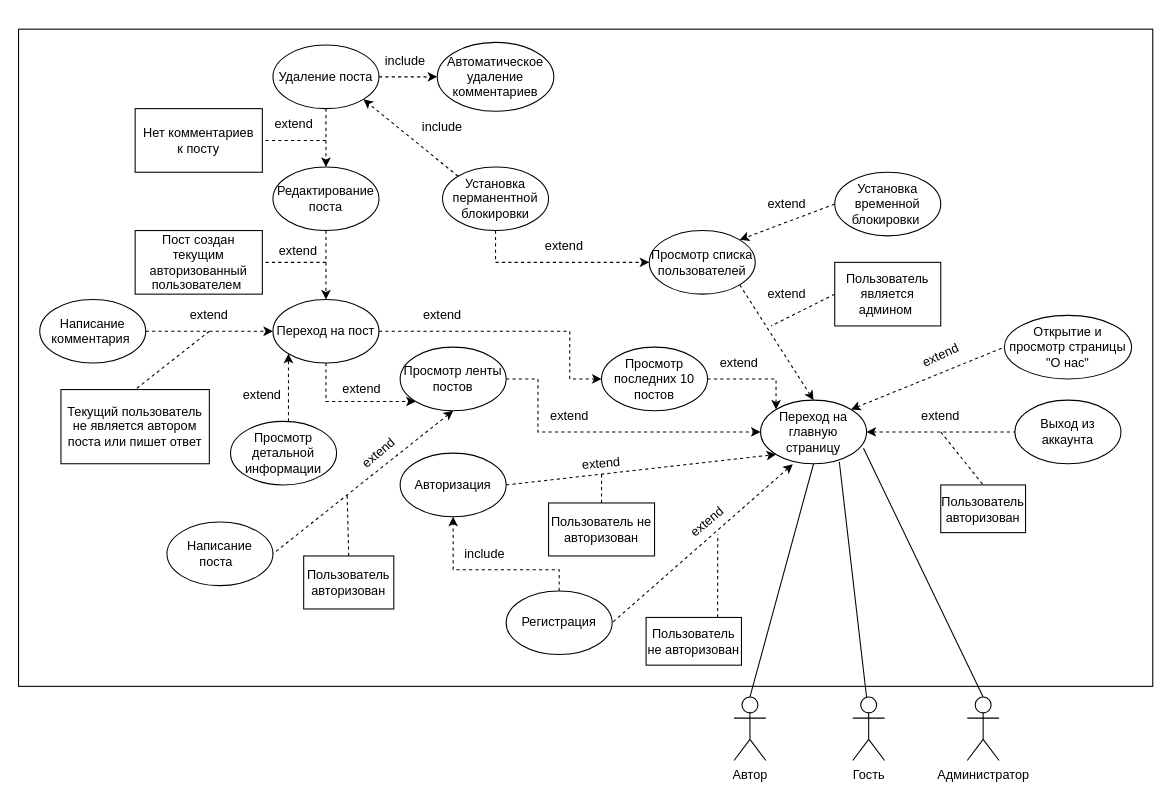
This is usecase.drawio from ivan-lesh/StudyPractise, a draw.io file, before an edit. Source tidied: cells renumbered, new cells numbered last; positions are measured from the earlier drawing's top-left corner, leaving out a move shared by most shapes. Both pictures are drawn from the tidied source at 106%, with x=0, y=0 at pixel (18, 29).
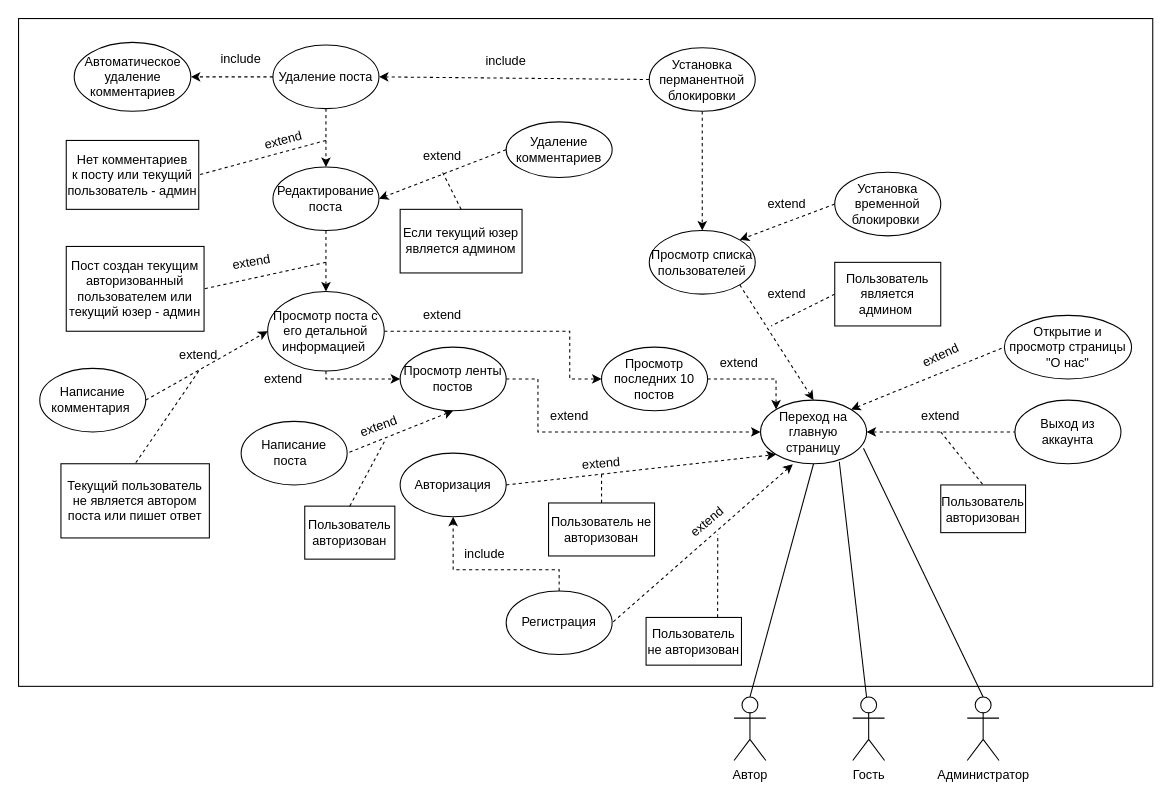
The same page after the edit.

The change refers to these unchanged cells:
```xml
<mxCell id="9" value="Просмотр ленты постов" style="ellipse;whiteSpace=wrap;html=1;" parent="1" vertex="1">
  <mxGeometry x="360" y="300" width="100" height="60" as="geometry" />
</mxCell>
<mxCell id="28" value="Редактирование поста" style="ellipse;whiteSpace=wrap;html=1;" parent="1" vertex="1">
  <mxGeometry x="240" y="130" width="100" height="60" as="geometry" />
</mxCell>
<mxCell id="36" value="Удаление поста" style="ellipse;whiteSpace=wrap;html=1;" parent="1" vertex="1">
  <mxGeometry x="240" y="15" width="100" height="60" as="geometry" />
</mxCell>
<mxCell id="66" value="Просмотр списка пользователей" style="ellipse;whiteSpace=wrap;html=1;" parent="1" vertex="1">
  <mxGeometry x="595" y="190" width="100" height="60" as="geometry" />
</mxCell>
```

Change to the diagram source:
```diff
@@
     <mxCell id="2" style="rounded=0;whiteSpace=wrap;html=1;" parent="1" vertex="1">
-      <mxGeometry width="1070" height="620" as="geometry" />
+      <mxGeometry y="-10" width="1070" height="630" as="geometry" />
     </mxCell>
@@
-    <mxCell id="10" style="edgeStyle=orthogonalEdgeStyle;rounded=0;jettySize=auto;html=1;entryX=0;entryY=1;entryDx=0;entryDy=0;dashed=1;" parent="1" edge="1" source="11" target="14">
-      <mxGeometry relative="1" as="geometry">
-        <Array as="points">
-          <mxPoint x="255" y="370" />
-        </Array>
-      </mxGeometry>
-    </mxCell>
-    <mxCell id="11" value="Просмотр детальной информации" style="ellipse;whiteSpace=wrap;html=1;" parent="1" vertex="1">
-      <mxGeometry x="200" y="370" width="100" height="60" as="geometry" />
-    </mxCell>
@@
-    <mxCell id="13" style="edgeStyle=orthogonalEdgeStyle;rounded=0;jettySize=auto;html=1;entryX=0;entryY=1;entryDx=0;entryDy=0;exitX=0.5;exitY=1;exitDx=0;exitDy=0;dashed=1;" parent="1" edge="1" source="14" target="9">
-      <mxGeometry relative="1" as="geometry" />
+    <mxCell id="13" style="edgeStyle=orthogonalEdgeStyle;rounded=0;jettySize=auto;html=1;entryX=0;entryY=0.5;entryDx=0;entryDy=0;exitX=0.5;exitY=1;exitDx=0;exitDy=0;dashed=1;" parent="1" edge="1" source="14" target="9">
+      <mxGeometry relative="1" as="geometry">
+        <Array as="points">
+          <mxPoint x="290" y="330" />
+        </Array>
+      </mxGeometry>
     </mxCell>
-    <mxCell id="14" value="Переход на пост" style="ellipse;whiteSpace=wrap;html=1;" parent="1" vertex="1">
-      <mxGeometry x="240" y="255" width="100" height="60" as="geometry" />
+    <mxCell id="14" value="Просмотр поста с его детальной информацией&amp;nbsp;" style="ellipse;whiteSpace=wrap;html=1;" parent="1" vertex="1">
+      <mxGeometry x="235" y="247.5" width="110" height="75" as="geometry" />
     </mxCell>
-    <mxCell id="15" value="extend" style="text;html=1;strokeColor=none;fillColor=none;align=center;verticalAlign=middle;whiteSpace=wrap;rounded=0;" parent="1" vertex="1">
-      <mxGeometry x="200" y="330" width="60" height="30" as="geometry" />
-    </mxCell>
     <mxCell id="16" value="Написание поста&amp;nbsp;&amp;nbsp;" style="ellipse;whiteSpace=wrap;html=1;" parent="1" vertex="1">
-      <mxGeometry x="140" y="465" width="100" height="60" as="geometry" />
+      <mxGeometry x="210" y="370" width="100" height="60" as="geometry" />
     </mxCell>
@@
-    <mxCell id="26" value="extend" style="text;html=1;strokeColor=none;fillColor=none;align=center;verticalAlign=middle;whiteSpace=wrap;rounded=0;" parent="1" vertex="1">
-      <mxGeometry x="234" y="195" width="60" height="30" as="geometry" />
+    <mxCell id="26" value="extend" style="text;html=1;strokeColor=none;fillColor=none;align=center;verticalAlign=middle;whiteSpace=wrap;rounded=0;rotation=-10;" parent="1" vertex="1">
+      <mxGeometry x="190" y="205" width="60" height="30" as="geometry" />
     </mxCell>
@@
-    <mxCell id="29" value="Пост создан текущим авторизованный пользователем&amp;nbsp;" style="rounded=0;whiteSpace=wrap;html=1;" parent="1" vertex="1">
-      <mxGeometry x="110" y="190" width="120" height="60" as="geometry" />
+    <mxCell id="29" value="Пост создан текущим авторизованный пользователем или текущий юзер - админ" style="rounded=0;whiteSpace=wrap;html=1;" parent="1" vertex="1">
+      <mxGeometry x="45" y="205" width="130" height="80" as="geometry" />
     </mxCell>
@@
-    <mxCell id="31" value="extend" style="text;html=1;strokeColor=none;fillColor=none;align=center;verticalAlign=middle;whiteSpace=wrap;rounded=0;rotation=-40;" parent="1" vertex="1">
-      <mxGeometry x="310" y="385" width="60" height="30" as="geometry" />
+    <mxCell id="31" value="extend" style="text;html=1;strokeColor=none;fillColor=none;align=center;verticalAlign=middle;whiteSpace=wrap;rounded=0;rotation=-20;" parent="1" vertex="1">
+      <mxGeometry x="310" y="360" width="60" height="30" as="geometry" />
     </mxCell>
     <mxCell id="32" value="Пользователь авторизован" style="rounded=0;whiteSpace=wrap;html=1;" parent="1" vertex="1">
-      <mxGeometry x="269" y="497" width="85" height="50" as="geometry" />
+      <mxGeometry x="270" y="450" width="85" height="50" as="geometry" />
     </mxCell>
-    <mxCell id="33" style="endArrow=none;dashed=1;html=1;rounded=0;exitX=0.5;exitY=0;exitDx=0;exitDy=0;" parent="1" edge="1" source="32">
-      <mxGeometry relative="1" as="geometry">
-        <mxPoint x="310" y="440" as="targetPoint" />
-      </mxGeometry>
+    <mxCell id="33" style="endArrow=none;dashed=1;html=1;rounded=0;exitX=0.5;exitY=0;exitDx=0;exitDy=0;entryX=0.5;entryY=1;entryDx=0;entryDy=0;" parent="1" edge="1" source="32" target="31">
+      <mxGeometry relative="1" as="geometry" />
     </mxCell>
@@
-    <mxCell id="37" value="extend" style="text;html=1;strokeColor=none;fillColor=none;align=center;verticalAlign=middle;whiteSpace=wrap;rounded=0;" parent="1" vertex="1">
-      <mxGeometry x="230" y="75" width="60" height="30" as="geometry" />
+    <mxCell id="37" value="extend" style="text;html=1;strokeColor=none;fillColor=none;align=center;verticalAlign=middle;whiteSpace=wrap;rounded=0;rotation=-15;" parent="1" vertex="1">
+      <mxGeometry x="220" y="90" width="60" height="30" as="geometry" />
     </mxCell>
@@
-    <mxCell id="39" value="Нет комментариев&lt;br&gt;к посту" style="rounded=0;whiteSpace=wrap;html=1;" parent="1" vertex="1">
-      <mxGeometry x="110" y="75" width="120" height="60" as="geometry" />
+    <mxCell id="39" value="Нет комментариев&lt;br&gt;к посту или текущий пользователь - админ" style="rounded=0;whiteSpace=wrap;html=1;" parent="1" vertex="1">
+      <mxGeometry x="45" y="105" width="125" height="65" as="geometry" />
     </mxCell>
     <mxCell id="40" value="Написание комментария&amp;nbsp;" style="ellipse;whiteSpace=wrap;html=1;" parent="1" vertex="1">
-      <mxGeometry x="20" y="255" width="100" height="60" as="geometry" />
+      <mxGeometry x="20" y="320" width="100" height="60" as="geometry" />
     </mxCell>
@@
     <mxCell id="42" value="Текущий пользователь не является автором поста или пишет ответ" style="rounded=0;whiteSpace=wrap;html=1;" parent="1" vertex="1">
-      <mxGeometry x="40" y="340" width="140" height="70" as="geometry" />
+      <mxGeometry x="40" y="410" width="140" height="70" as="geometry" />
     </mxCell>
@@
     <mxCell id="44" value="extend" style="text;html=1;strokeColor=none;fillColor=none;align=center;verticalAlign=middle;whiteSpace=wrap;rounded=0;rotation=0;" parent="1" vertex="1">
-      <mxGeometry x="150" y="255" width="60" height="30" as="geometry" />
+      <mxGeometry x="140" y="292.5" width="60" height="30" as="geometry" />
     </mxCell>
     <mxCell id="45" value="extend" style="text;html=1;strokeColor=none;fillColor=none;align=center;verticalAlign=middle;whiteSpace=wrap;rounded=0;rotation=0;" parent="1" vertex="1">
-      <mxGeometry x="485" y="190" width="60" height="30" as="geometry" />
+      <mxGeometry x="370" y="105" width="60" height="30" as="geometry" />
     </mxCell>
@@
-    <mxCell id="48" style="edgeStyle=orthogonalEdgeStyle;rounded=0;jettySize=auto;html=1;entryX=0;entryY=0.5;entryDx=0;entryDy=0;exitX=0.5;exitY=1;exitDx=0;exitDy=0;dashed=1;" parent="1" edge="1" source="49" target="66">
-      <mxGeometry relative="1" as="geometry">
-        <Array as="points">
-          <mxPoint x="450" y="220" />
-        </Array>
-      </mxGeometry>
+    <mxCell id="48" style="edgeStyle=orthogonalEdgeStyle;rounded=0;jettySize=auto;html=1;entryX=0.5;entryY=0;entryDx=0;entryDy=0;dashed=1;" parent="1" edge="1" source="49" target="66">
+      <mxGeometry relative="1" as="geometry" />
     </mxCell>
     <mxCell id="49" value="Установка перманентной&lt;br&gt;&amp;nbsp;блокировки&amp;nbsp;" style="ellipse;whiteSpace=wrap;html=1;" parent="1" vertex="1">
-      <mxGeometry x="400" y="130" width="100" height="60" as="geometry" />
+      <mxGeometry x="595" y="17.5" width="100" height="60" as="geometry" />
     </mxCell>
     <mxCell id="50" value="include" style="text;html=1;strokeColor=none;fillColor=none;align=center;verticalAlign=middle;whiteSpace=wrap;rounded=0;rotation=0;" parent="1" vertex="1">
-      <mxGeometry x="370" y="77.5" width="60" height="30" as="geometry" />
+      <mxGeometry x="430" y="15" width="60" height="30" as="geometry" />
     </mxCell>
     <mxCell id="51" value="Автоматическое удаление комментариев" style="ellipse;whiteSpace=wrap;html=1;" parent="1" vertex="1">
-      <mxGeometry x="395" y="12.5" width="110" height="65" as="geometry" />
+      <mxGeometry x="52.5" y="12.5" width="110" height="65" as="geometry" />
     </mxCell>
@@
-    <mxCell id="65" value="extend" style="text;html=1;strokeColor=none;fillColor=none;align=center;verticalAlign=middle;whiteSpace=wrap;rounded=0;" parent="1" vertex="1">
-      <mxGeometry x="294" y="325" width="60" height="30" as="geometry" />
-    </mxCell>
@@
-    <mxCell id="77" style="edgeStyle=orthogonalEdgeStyle;rounded=0;jettySize=auto;html=1;entryX=0;entryY=0.5;entryDx=0;entryDy=0;dashed=1;exitX=1;exitY=0.5;exitDx=0;exitDy=0;" parent="1" edge="1" source="36" target="51">
+    <mxCell id="77" style="edgeStyle=orthogonalEdgeStyle;rounded=0;jettySize=auto;html=1;entryX=1;entryY=0.5;entryDx=0;entryDy=0;dashed=1;exitX=0;exitY=0.5;exitDx=0;exitDy=0;" parent="1" edge="1" source="36" target="51">
       <mxGeometry relative="1" as="geometry" />
     </mxCell>
     <mxCell id="78" value="include" style="text;html=1;strokeColor=none;fillColor=none;align=center;verticalAlign=middle;whiteSpace=wrap;rounded=0;" parent="1" vertex="1">
-      <mxGeometry x="335" y="15" width="60" height="30" as="geometry" />
+      <mxGeometry x="180" y="12.5" width="60" height="30" as="geometry" />
     </mxCell>
-    <mxCell id="79" style="endArrow=classic;html=1;rounded=0;entryX=1;entryY=1;entryDx=0;entryDy=0;exitX=0;exitY=0;exitDx=0;exitDy=0;dashed=1;" parent="1" edge="1" source="49" target="36">
+    <mxCell id="79" style="endArrow=classic;html=1;rounded=0;entryX=1;entryY=0.5;entryDx=0;entryDy=0;exitX=0;exitY=0.5;exitDx=0;exitDy=0;dashed=1;" parent="1" edge="1" source="49" target="36">
       <mxGeometry relative="1" as="geometry" />
     </mxCell>
+    <mxCell id="80" value="extend" style="text;html=1;strokeColor=none;fillColor=none;align=center;verticalAlign=middle;whiteSpace=wrap;rounded=0;" parent="1" vertex="1">
+      <mxGeometry x="220" y="315" width="60" height="30" as="geometry" />
+    </mxCell>
+    <mxCell id="81" value="Удаление комментариев" style="ellipse;whiteSpace=wrap;html=1;" parent="1" vertex="1">
+      <mxGeometry x="460" y="87.5" width="100" height="52.5" as="geometry" />
+    </mxCell>
+    <mxCell id="82" style="endArrow=classic;html=1;rounded=0;entryX=1;entryY=0.5;entryDx=0;entryDy=0;dashed=1;exitX=0;exitY=0.5;exitDx=0;exitDy=0;" parent="1" edge="1" source="81" target="28">
+      <mxGeometry relative="1" as="geometry" />
+    </mxCell>
+    <mxCell id="83" style="endArrow=none;dashed=1;html=1;rounded=0;exitX=0.5;exitY=0;exitDx=0;exitDy=0;entryX=0.5;entryY=1;entryDx=0;entryDy=0;" parent="1" edge="1" source="84" target="45">
+      <mxGeometry relative="1" as="geometry" />
+    </mxCell>
+    <mxCell id="84" value="Если текущий юзер является админом" style="rounded=0;whiteSpace=wrap;html=1;" parent="1" vertex="1">
+      <mxGeometry x="360" y="170" width="115" height="60" as="geometry" />
+    </mxCell>
```
